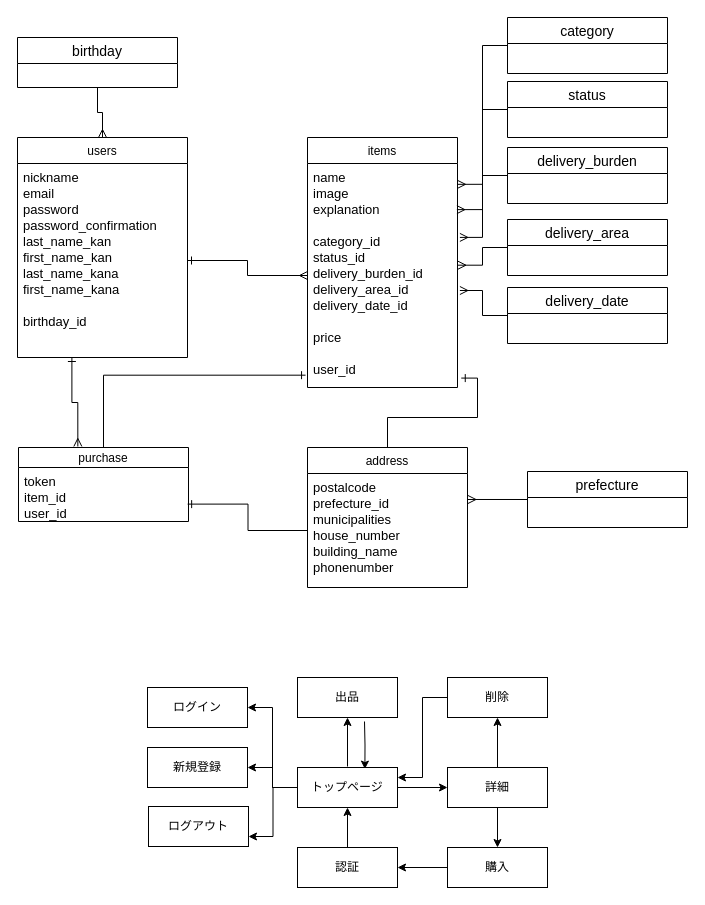
shuhei1018/furima-31917 keeps this draw.io diagram as ER.dio. Above is the earlier version. Source tidied: cells renumbered, new cells numbered last; positions are measured from the earlier drawing's top-left corner, leaving out a move shared by most shapes. Both pictures are drawn from the tidied source at 100%, with x=0, y=0 at pixel (17, 17).
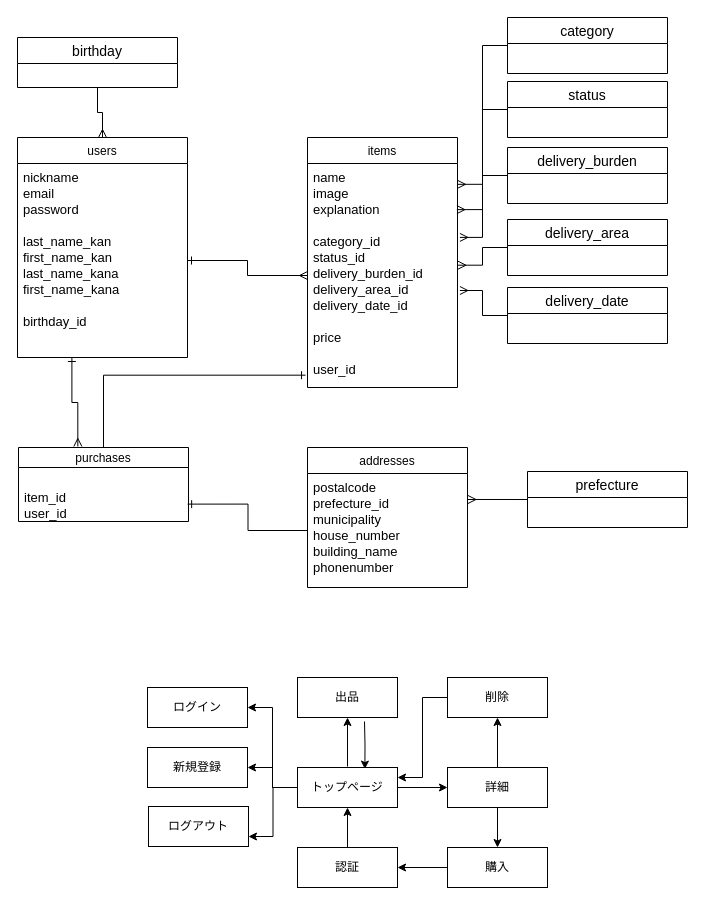
The same page after the edit.

Unchanged cells that the change refers to:
```xml
<mxCell id="2" value="users" style="swimlane;fontStyle=0;horizontal=1;startSize=26;fillColor=none;" parent="1" vertex="1">
  <mxGeometry y="120" width="170" height="220" as="geometry" />
</mxCell>
<mxCell id="5" value="name&#10;image&#10;explanation&#10;&#10;category_id&#10;status_id&#10;delivery_burden_id&#10;delivery_area_id&#10;delivery_date_id&#10;&#10;price&#10;&#10;user_id&#10;" style="text;strokeColor=none;fillColor=none;align=left;verticalAlign=top;spacingLeft=4;spacingRight=4;overflow=hidden;points=[[0,0.5],[1,0.5]];portConstraint=eastwest;fontSize=13;" parent="4" vertex="1">
  <mxGeometry y="26" width="150" height="224" as="geometry" />
</mxCell>
```

The edit, as a diff of the source:
```diff
@@
-    <mxCell id="3" value="nickname&#10;email&#10;password&#10;password_confirmation&#10;last_name_kan&#10;first_name_kan&#10;last_name_kana&#10;first_name_kana&#10;&#10;birthday_id" style="text;strokeColor=none;fillColor=none;align=left;verticalAlign=top;spacingLeft=4;spacingRight=4;overflow=hidden;points=[[0,0.5],[1,0.5]];portConstraint=eastwest;fontSize=13;" parent="2" vertex="1">
+    <mxCell id="3" value="nickname&#10;email&#10;password&#10;&#10;last_name_kan&#10;first_name_kan&#10;last_name_kana&#10;first_name_kana&#10;&#10;birthday_id" style="text;strokeColor=none;fillColor=none;align=left;verticalAlign=top;spacingLeft=4;spacingRight=4;overflow=hidden;points=[[0,0.5],[1,0.5]];portConstraint=eastwest;fontSize=13;" parent="2" vertex="1">
       <mxGeometry y="26" width="170" height="194" as="geometry" />
     </mxCell>
@@
-    <mxCell id="7" value="purchase" style="swimlane;fontStyle=0;horizontal=1;startSize=20;fillColor=none;" parent="1" vertex="1">
+    <mxCell id="7" value="purchases" style="swimlane;fontStyle=0;horizontal=1;startSize=20;fillColor=none;" parent="1" vertex="1">
       <mxGeometry x="1" y="430" width="170" height="74" as="geometry" />
     </mxCell>
-    <mxCell id="8" value="token&#10;item_id&#10;user_id" style="text;strokeColor=none;fillColor=none;align=left;verticalAlign=top;spacingLeft=4;spacingRight=4;overflow=hidden;points=[[0,0.5],[1,0.5]];portConstraint=eastwest;fontSize=13;" parent="7" vertex="1">
+    <mxCell id="8" value="&#10;item_id&#10;user_id" style="text;strokeColor=none;fillColor=none;align=left;verticalAlign=top;spacingLeft=4;spacingRight=4;overflow=hidden;points=[[0,0.5],[1,0.5]];portConstraint=eastwest;fontSize=13;" parent="7" vertex="1">
       <mxGeometry y="20" width="170" height="54" as="geometry" />
     </mxCell>
-    <mxCell id="9" style="edgeStyle=orthogonalEdgeStyle;rounded=0;jettySize=auto;html=1;exitX=0.5;exitY=0;exitDx=0;exitDy=0;entryX=1.025;entryY=0.958;entryDx=0;entryDy=0;entryPerimeter=0;startArrow=none;startFill=0;endArrow=ERone;endFill=0;" parent="1" edge="1" source="10" target="5">
-      <mxGeometry relative="1" as="geometry" />
-    </mxCell>
-    <mxCell id="10" value="address" style="swimlane;fontStyle=0;horizontal=1;startSize=26;fillColor=none;" parent="1" vertex="1">
+    <mxCell id="10" value="addresses" style="swimlane;fontStyle=0;horizontal=1;startSize=26;fillColor=none;" parent="1" vertex="1">
       <mxGeometry x="290" y="430" width="160" height="140" as="geometry" />
     </mxCell>
-    <mxCell id="11" value="postalcode&#10;prefecture_id&#10;municipalities&#10;house_number&#10;building_name&#10;phonenumber" style="text;strokeColor=none;fillColor=none;align=left;verticalAlign=top;spacingLeft=4;spacingRight=4;overflow=hidden;points=[[0,0.5],[1,0.5]];portConstraint=eastwest;fontSize=13;" parent="10" vertex="1">
+    <mxCell id="11" value="postalcode&#10;prefecture_id&#10;municipality&#10;house_number&#10;building_name&#10;phonenumber" style="text;strokeColor=none;fillColor=none;align=left;verticalAlign=top;spacingLeft=4;spacingRight=4;overflow=hidden;points=[[0,0.5],[1,0.5]];portConstraint=eastwest;fontSize=13;" parent="10" vertex="1">
       <mxGeometry y="26" width="160" height="114" as="geometry" />
     </mxCell>
```
